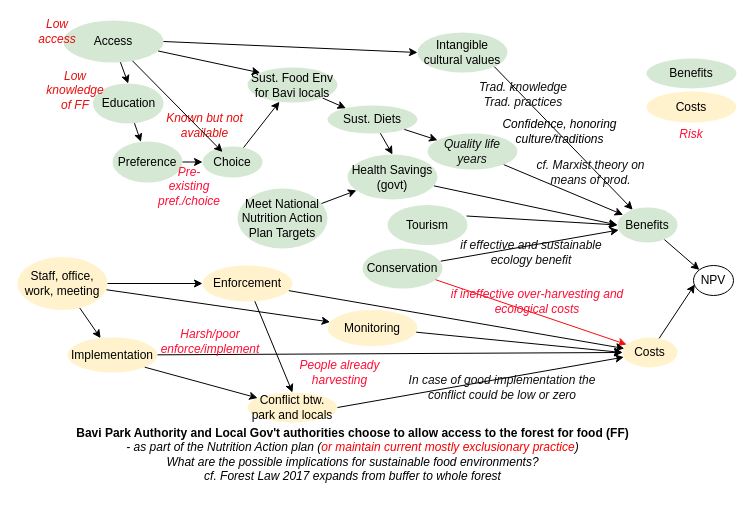
CWWhitney/bavi-forest-access keeps this draw.io diagram as Untitled Diagram.drawio. Above is the earlier version. Source tidied: cells renumbered, new cells numbered last; positions are measured from the earlier drawing's top-left corner, leaving out a move shared by most shapes. Both pictures are drawn from the tidied source at 100%, with x=0, y=0 at pixel (17, 20).
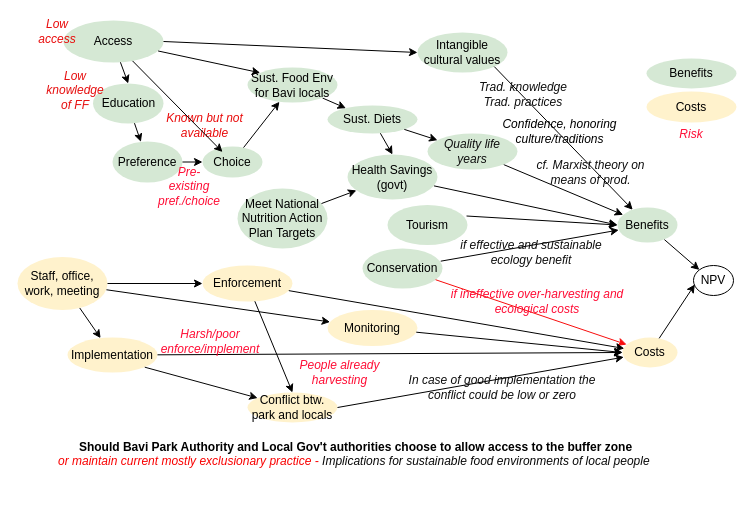
Above is the later version.

Change to the diagram source:
```diff
@@
-    <mxCell id="26" value="&lt;b&gt;Bavi Park Authority and Local Gov't authorities choose to allow access to the forest for food (FF) &lt;/b&gt;&lt;br&gt;&lt;i style=&quot;&quot;&gt;- as part of the Nutrition Action plan (&lt;font color=&quot;#f90101&quot;&gt;or maintain current mostly exclusionary practice&lt;/font&gt;)&lt;/i&gt;&lt;div&gt;&lt;i&gt;What are the possible implications for sustainable food environments?&lt;/i&gt;&lt;/div&gt;&lt;div&gt;&lt;i&gt;cf. Forest Law 2017 expands from buffer to whole forest&lt;/i&gt;&lt;/div&gt;" style="text;html=1;align=center;verticalAlign=middle;strokeColor=none;fillColor=none;" parent="1" vertex="1">
-      <mxGeometry x="45" y="399" width="580" height="70" as="geometry" />
+    <mxCell id="26" value="&lt;b&gt;Should Bavi Park Authority and Local Gov't authorities choose to allow access to the buffer zone&lt;/b&gt;&lt;br&gt;&lt;i&gt;&lt;font color=&quot;#f90101&quot;&gt;or maintain current mostly exclusionary practice - &lt;/font&gt;&lt;font color=&quot;#0a0a0a&quot;&gt;Implications for sustainable food environments of local people&lt;/font&gt;&lt;font color=&quot;#f90101&quot;&gt;&amp;nbsp;&lt;/font&gt;&lt;/i&gt;&lt;i style=&quot;&quot;&gt;&lt;br&gt;&lt;/i&gt;&lt;div&gt;&lt;br&gt;&lt;/div&gt;" style="text;html=1;align=center;verticalAlign=middle;strokeColor=none;fillColor=none;" parent="1" vertex="1">
+      <mxGeometry x="28" y="411" width="620" height="60" as="geometry" />
     </mxCell>
```
